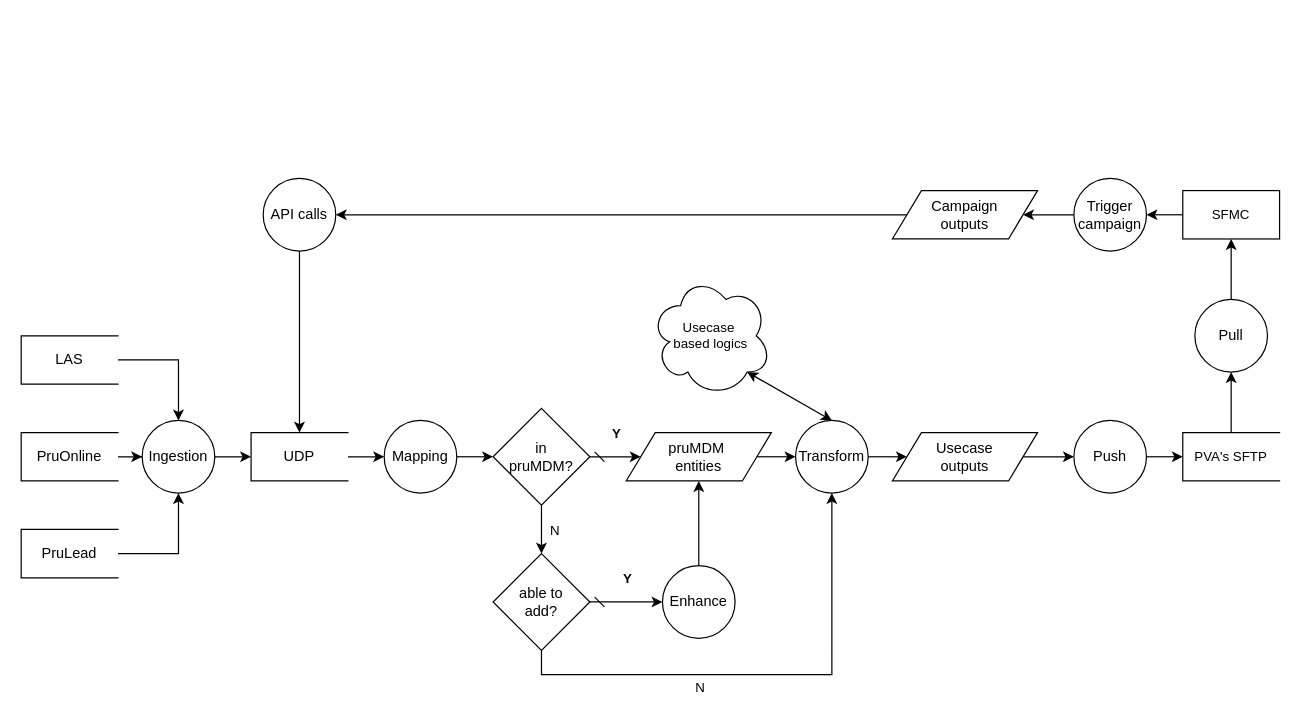
This is CEP_Cross-sales.drawio from EpicM97/EpicM, a draw.io file, before an edit. Source tidied: cells renumbered, new cells numbered last; positions are measured from the earlier drawing's top-left corner, leaving out a move shared by most shapes. Both pictures are drawn from the tidied source at 121%, with x=0, y=0 at pixel (21, 178).
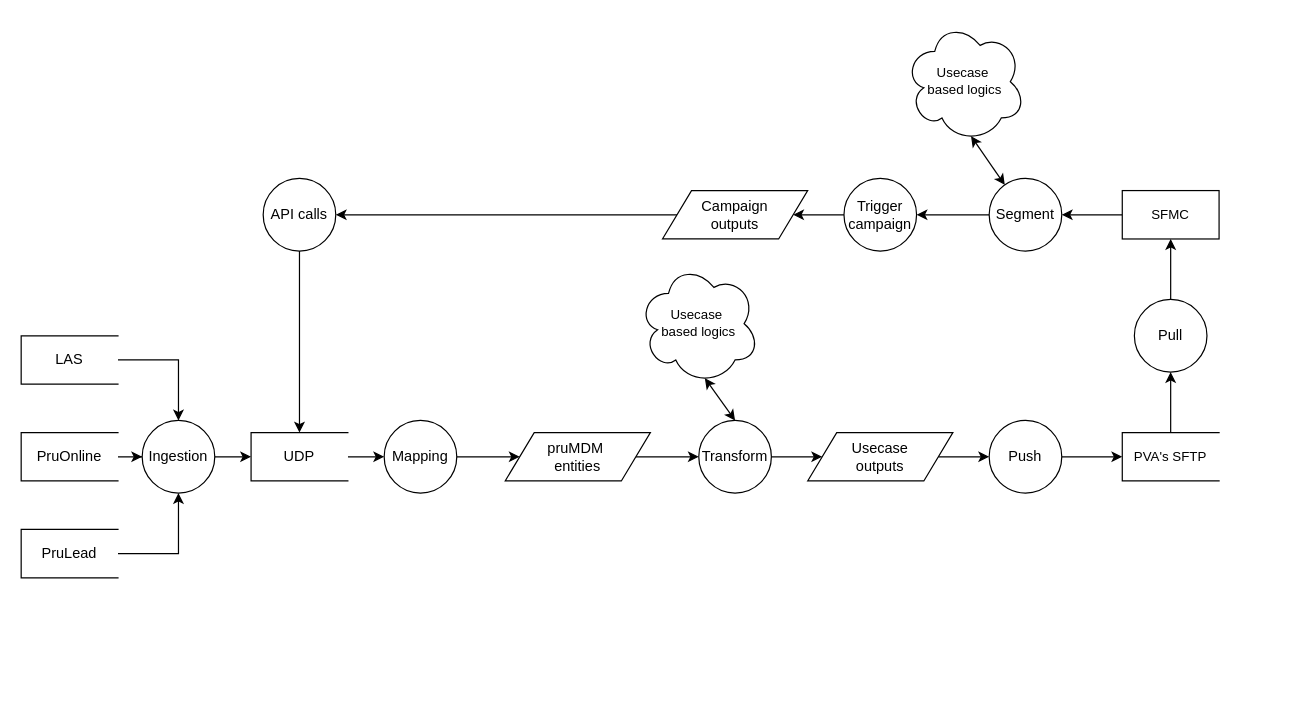
After the change.

Unchanged cells that the change refers to:
```xml
<mxCell id="30" value="Mapping" style="shape=ellipse;html=1;dashed=0;whiteSpace=wrap;perimeter=ellipsePerimeter;" parent="1" vertex="1">
  <mxGeometry x="300" y="200" width="60" height="60" as="geometry" />
</mxCell>
```

Diff of the diagram source:
```diff
@@
-    <mxCell id="12" style="edgeStyle=none;rounded=0;jettySize=auto;html=1;strokeColor=default;align=center;verticalAlign=middle;fontFamily=Helvetica;fontSize=11;fontColor=default;labelBackgroundColor=default;endArrow=classic;exitX=1;exitY=0.5;exitDx=0;exitDy=0;" parent="1" edge="1" source="30" target="20">
+    <mxCell id="12" style="edgeStyle=none;rounded=0;jettySize=auto;html=1;strokeColor=default;align=center;verticalAlign=middle;fontFamily=Helvetica;fontSize=11;fontColor=default;labelBackgroundColor=default;endArrow=classic;exitX=1;exitY=0.5;exitDx=0;exitDy=0;entryX=0;entryY=0.5;entryDx=0;entryDy=0;" parent="1" edge="1" source="30" target="14">
       <mxGeometry relative="1" as="geometry" />
     </mxCell>
@@
     <mxCell id="14" value="pruMDM&amp;nbsp;&lt;div&gt;entities&lt;/div&gt;" style="shape=parallelogram;perimeter=parallelogramPerimeter;whiteSpace=wrap;html=1;dashed=0;" parent="1" vertex="1">
-      <mxGeometry x="500" y="210" width="120" height="40" as="geometry" />
+      <mxGeometry x="400" y="210" width="120" height="40" as="geometry" />
     </mxCell>
@@
-    <mxCell id="16" style="edgeStyle=orthogonalEdgeStyle;rounded=0;jettySize=auto;html=1;entryX=0;entryY=0.5;entryDx=0;entryDy=0;endArrow=classic;endFill=1;startArrow=dash;startFill=0;exitX=1;exitY=0.5;exitDx=0;exitDy=0;" parent="1" edge="1" source="20" target="14">
-      <mxGeometry relative="1" as="geometry" />
-    </mxCell>
-    <mxCell id="17" value="Y" style="edgeLabel;html=1;align=center;verticalAlign=middle;fontFamily=Helvetica;fontSize=11;fontColor=default;labelBackgroundColor=default;fontStyle=1;" parent="16" vertex="1">
-      <mxGeometry x="0.32" y="-2" relative="1" as="geometry">
-        <mxPoint y="-22" as="offset" />
-      </mxGeometry>
-    </mxCell>
-    <mxCell id="18" style="edgeStyle=none;rounded=0;jettySize=auto;html=1;strokeColor=default;align=center;verticalAlign=middle;fontFamily=Helvetica;fontSize=11;fontColor=default;labelBackgroundColor=default;endArrow=classic;" parent="1" edge="1" source="20" target="43">
-      <mxGeometry relative="1" as="geometry" />
-    </mxCell>
-    <mxCell id="19" value="N" style="edgeLabel;html=1;align=center;verticalAlign=middle;fontFamily=Helvetica;fontSize=11;fontColor=default;labelBackgroundColor=default;" parent="18" vertex="1">
-      <mxGeometry x="-0.1" y="-1" relative="1" as="geometry">
-        <mxPoint x="11" y="2" as="offset" />
-      </mxGeometry>
-    </mxCell>
-    <mxCell id="20" value="in&lt;div&gt;pruMDM?&lt;/div&gt;" style="rhombus;whiteSpace=wrap;html=1;dashed=0;" parent="1" vertex="1">
-      <mxGeometry x="390" y="190" width="80" height="80" as="geometry" />
-    </mxCell>
@@
     <mxCell id="22" value="&lt;div&gt;Usecase&lt;/div&gt;&lt;div&gt;outputs&lt;/div&gt;" style="shape=parallelogram;perimeter=parallelogramPerimeter;whiteSpace=wrap;html=1;dashed=0;" parent="1" vertex="1">
-      <mxGeometry x="720" y="210" width="120" height="40" as="geometry" />
+      <mxGeometry x="650" y="210" width="120" height="40" as="geometry" />
     </mxCell>
-    <mxCell id="23" style="edgeStyle=none;rounded=0;jettySize=auto;html=1;entryX=0.5;entryY=0;entryDx=0;entryDy=0;strokeColor=default;align=center;verticalAlign=middle;fontFamily=Helvetica;fontSize=11;fontColor=default;labelBackgroundColor=default;endArrow=classic;startArrow=classic;startFill=1;exitX=0.8;exitY=0.8;exitDx=0;exitDy=0;exitPerimeter=0;" parent="1" edge="1" source="24" target="31">
+    <mxCell id="23" style="edgeStyle=none;rounded=0;jettySize=auto;html=1;entryX=0.5;entryY=0;entryDx=0;entryDy=0;strokeColor=default;align=center;verticalAlign=middle;fontFamily=Helvetica;fontSize=11;fontColor=default;labelBackgroundColor=default;endArrow=classic;startArrow=classic;startFill=1;exitX=0.55;exitY=0.95;exitDx=0;exitDy=0;exitPerimeter=0;" parent="1" edge="1" source="24" target="31">
       <mxGeometry relative="1" as="geometry" />
     </mxCell>
     <mxCell id="24" value="Usecase&amp;nbsp;&lt;div&gt;based logics&lt;/div&gt;" style="shape=cloud;whiteSpace=wrap;html=1;fontFamily=Helvetica;fontSize=11;fontColor=default;labelBackgroundColor=default;" parent="1" vertex="1">
-      <mxGeometry x="520" y="80" width="100" height="100" as="geometry" />
+      <mxGeometry x="510" y="70" width="100" height="100" as="geometry" />
     </mxCell>
@@
     <mxCell id="27" value="PVA's SFTP" style="html=1;dashed=0;whiteSpace=wrap;shape=partialRectangle;right=0;fontFamily=Helvetica;fontSize=11;fontColor=default;labelBackgroundColor=default;" parent="1" vertex="1">
-      <mxGeometry x="960" y="210" width="80" height="40" as="geometry" />
+      <mxGeometry x="910" y="210" width="80" height="40" as="geometry" />
     </mxCell>
-    <mxCell id="28" style="edgeStyle=none;rounded=0;jettySize=auto;html=1;entryX=1;entryY=0.5;entryDx=0;entryDy=0;strokeColor=default;align=center;verticalAlign=middle;fontFamily=Helvetica;fontSize=11;fontColor=default;labelBackgroundColor=default;endArrow=classic;" parent="1" edge="1" source="29" target="36">
-      <mxGeometry relative="1" as="geometry" />
-    </mxCell>
+    <mxCell id="48" style="edgeStyle=orthogonalEdgeStyle;rounded=0;jettySize=auto;html=1;entryX=1;entryY=0.5;entryDx=0;entryDy=0;" parent="1" edge="1" source="29" target="50">
+      <mxGeometry relative="1" as="geometry" />
+    </mxCell>
     <mxCell id="29" value="SFMC" style="html=1;dashed=0;whiteSpace=wrap;fontFamily=Helvetica;fontSize=11;fontColor=default;labelBackgroundColor=default;" parent="1" vertex="1">
-      <mxGeometry x="960" y="10" width="80" height="40" as="geometry" />
+      <mxGeometry x="910" y="10" width="80" height="40" as="geometry" />
     </mxCell>
@@
     <mxCell id="31" value="Transform" style="shape=ellipse;html=1;dashed=0;whiteSpace=wrap;perimeter=ellipsePerimeter;" parent="1" vertex="1">
-      <mxGeometry x="640" y="200" width="60" height="60" as="geometry" />
+      <mxGeometry x="560" y="200" width="60" height="60" as="geometry" />
     </mxCell>
     <mxCell id="32" value="Push" style="shape=ellipse;html=1;dashed=0;whiteSpace=wrap;perimeter=ellipsePerimeter;" parent="1" vertex="1">
-      <mxGeometry x="870" y="200" width="60" height="60" as="geometry" />
+      <mxGeometry x="800" y="200" width="60" height="60" as="geometry" />
     </mxCell>
@@
     <mxCell id="34" value="Pull" style="shape=ellipse;html=1;dashed=0;whiteSpace=wrap;perimeter=ellipsePerimeter;" parent="1" vertex="1">
-      <mxGeometry x="970" y="100" width="60" height="60" as="geometry" />
+      <mxGeometry x="920" y="100" width="60" height="60" as="geometry" />
     </mxCell>
@@
     <mxCell id="36" value="Trigger&lt;div&gt;campaign&lt;/div&gt;" style="shape=ellipse;html=1;dashed=0;whiteSpace=wrap;perimeter=ellipsePerimeter;" parent="1" vertex="1">
-      <mxGeometry x="870" width="60" height="60" as="geometry" />
+      <mxGeometry x="680" width="60" height="60" as="geometry" />
     </mxCell>
@@
     <mxCell id="38" value="&lt;div&gt;Campaign&lt;/div&gt;&lt;div&gt;outputs&lt;/div&gt;" style="shape=parallelogram;perimeter=parallelogramPerimeter;whiteSpace=wrap;html=1;dashed=0;" parent="1" vertex="1">
-      <mxGeometry x="720" y="10" width="120" height="40" as="geometry" />
+      <mxGeometry x="530" y="10" width="120" height="40" as="geometry" />
     </mxCell>
@@
-    <mxCell id="41" style="edgeStyle=orthogonalEdgeStyle;rounded=0;jettySize=auto;html=1;entryX=0.5;entryY=1;entryDx=0;entryDy=0;strokeColor=default;align=center;verticalAlign=middle;fontFamily=Helvetica;fontSize=11;fontColor=default;labelBackgroundColor=default;endArrow=classic;" parent="1" edge="1" source="43" target="31">
-      <mxGeometry relative="1" as="geometry">
-        <Array as="points">
-          <mxPoint x="430" y="410" />
-          <mxPoint x="670" y="410" />
-        </Array>
-      </mxGeometry>
-    </mxCell>
-    <mxCell id="42" value="N" style="edgeLabel;html=1;align=center;verticalAlign=middle;fontFamily=Helvetica;fontSize=11;fontColor=default;labelBackgroundColor=default;" parent="41" vertex="1">
-      <mxGeometry x="-0.38" y="-5" relative="1" as="geometry">
-        <mxPoint x="23" y="5" as="offset" />
-      </mxGeometry>
-    </mxCell>
-    <mxCell id="43" value="able to&lt;div&gt;add?&lt;/div&gt;" style="rhombus;whiteSpace=wrap;html=1;dashed=0;" parent="1" vertex="1">
-      <mxGeometry x="390" y="310" width="80" height="80" as="geometry" />
-    </mxCell>
-    <mxCell id="44" style="edgeStyle=none;rounded=0;jettySize=auto;html=1;entryX=0.5;entryY=1;entryDx=0;entryDy=0;strokeColor=default;align=center;verticalAlign=middle;fontFamily=Helvetica;fontSize=11;fontColor=default;labelBackgroundColor=default;endArrow=classic;" parent="1" edge="1" source="45" target="14">
-      <mxGeometry relative="1" as="geometry" />
-    </mxCell>
-    <mxCell id="45" value="Enhance" style="shape=ellipse;html=1;dashed=0;whiteSpace=wrap;perimeter=ellipsePerimeter;" parent="1" vertex="1">
-      <mxGeometry x="530" y="320" width="60" height="60" as="geometry" />
-    </mxCell>
-    <mxCell id="46" style="edgeStyle=orthogonalEdgeStyle;rounded=0;jettySize=auto;html=1;entryX=0;entryY=0.5;entryDx=0;entryDy=0;endArrow=classic;endFill=1;startArrow=dash;startFill=0;exitX=1;exitY=0.5;exitDx=0;exitDy=0;" parent="1" edge="1" source="43" target="45">
-      <mxGeometry relative="1" as="geometry">
-        <Array as="points">
-          <mxPoint x="490" y="350" />
-          <mxPoint x="490" y="350" />
-        </Array>
-      </mxGeometry>
-    </mxCell>
-    <mxCell id="47" value="Y" style="edgeLabel;html=1;align=center;verticalAlign=middle;fontFamily=Helvetica;fontSize=11;fontColor=default;labelBackgroundColor=default;fontStyle=1;" parent="46" vertex="1">
-      <mxGeometry x="0.32" y="-2" relative="1" as="geometry">
-        <mxPoint x="-10" y="-22" as="offset" />
-      </mxGeometry>
-    </mxCell>
+    <mxCell id="49" style="edgeStyle=orthogonalEdgeStyle;rounded=0;jettySize=auto;html=1;entryX=1;entryY=0.5;entryDx=0;entryDy=0;" parent="1" edge="1" source="50" target="36">
+      <mxGeometry relative="1" as="geometry" />
+    </mxCell>
+    <mxCell id="50" value="Segment" style="shape=ellipse;html=1;dashed=0;whiteSpace=wrap;perimeter=ellipsePerimeter;" parent="1" vertex="1">
+      <mxGeometry x="800" width="60" height="60" as="geometry" />
+    </mxCell>
+    <mxCell id="51" value="Usecase&amp;nbsp;&lt;div&gt;based logics&lt;/div&gt;" style="shape=cloud;whiteSpace=wrap;html=1;fontFamily=Helvetica;fontSize=11;fontColor=default;labelBackgroundColor=default;" parent="1" vertex="1">
+      <mxGeometry x="730" y="-130" width="100" height="100" as="geometry" />
+    </mxCell>
+    <mxCell id="52" style="rounded=0;jettySize=auto;html=1;entryX=0.55;entryY=0.95;entryDx=0;entryDy=0;entryPerimeter=0;startArrow=classic;startFill=1;" parent="1" edge="1" source="50" target="51">
+      <mxGeometry relative="1" as="geometry" />
+    </mxCell>
```
